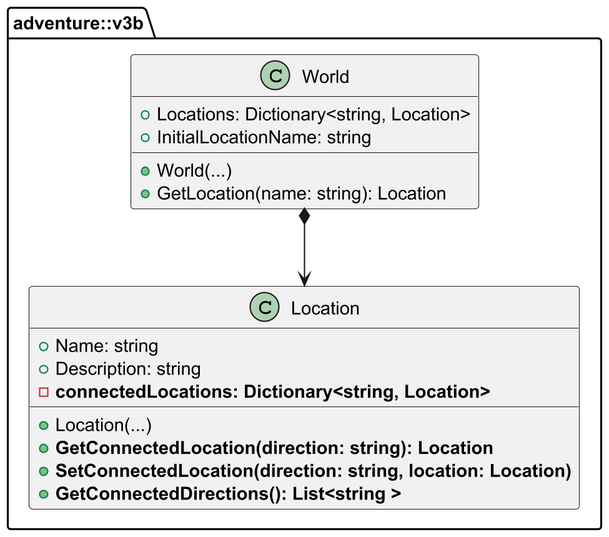
Before: Folien/Notebooks/Completed/Woche 2/img/adventure-v3b-overview.png, a diagram exported from PlantUML (Coding-Academy-Munich/csharp-clean-code-de). The source it was exported from:
```plantuml
@startuml adventure-v3b-overview
skinparamlocked dpi 200

namespace adventure::v3b {
    class Location {
        +Name: string
        +Description: string
        -<b>connectedLocations: Dictionary<string, Location></b>
        +Location(...)
        +<b>GetConnectedLocation(direction: string): Location</b>
        +<b>SetConnectedLocation(direction: string, location: Location)</b>
        +<b>GetConnectedDirections(): List<string ></b>
    }

    class World {
        +Locations: Dictionary<string, Location>
        +InitialLocationName: string
        +World(...)
        +GetLocation(name: string): Location
    }

    World *--> Location
}
@enduml
```
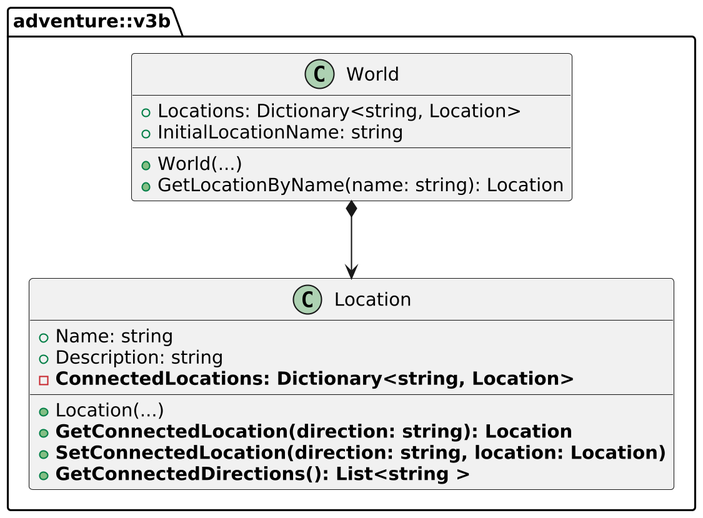
After the change.

Diff of the diagram source:
```diff
@@ -5,7 +5,7 @@
     class Location {
         +Name: string
         +Description: string
-        -<b>connectedLocations: Dictionary<string, Location></b>
+        -<b>ConnectedLocations: Dictionary<string, Location></b>
         +Location(...)
         +<b>GetConnectedLocation(direction: string): Location</b>
         +<b>SetConnectedLocation(direction: string, location: Location)</b>
@@ -16,7 +16,7 @@
         +Locations: Dictionary<string, Location>
         +InitialLocationName: string
         +World(...)
-        +GetLocation(name: string): Location
+        +GetLocationByName(name: string): Location
     }
 
     World *--> Location
```
